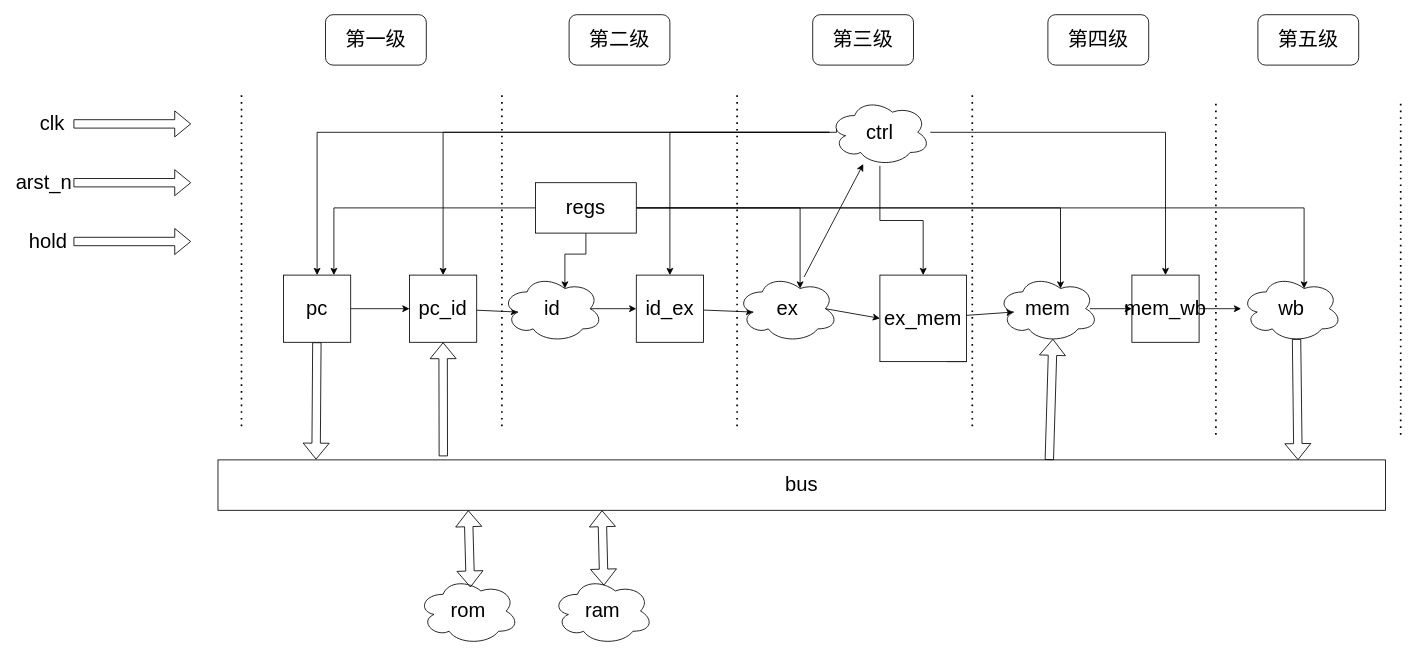
This is riscv_soc.drawio from Mxcln/RISC_V_PIPE, a draw.io file, before an edit. Source tidied: cells renumbered, new cells numbered last; positions are measured from the earlier drawing's top-left corner, leaving out a move shared by most shapes. Both pictures are drawn from the tidied source at 84%, with x=0, y=0 at pixel (14, 14).
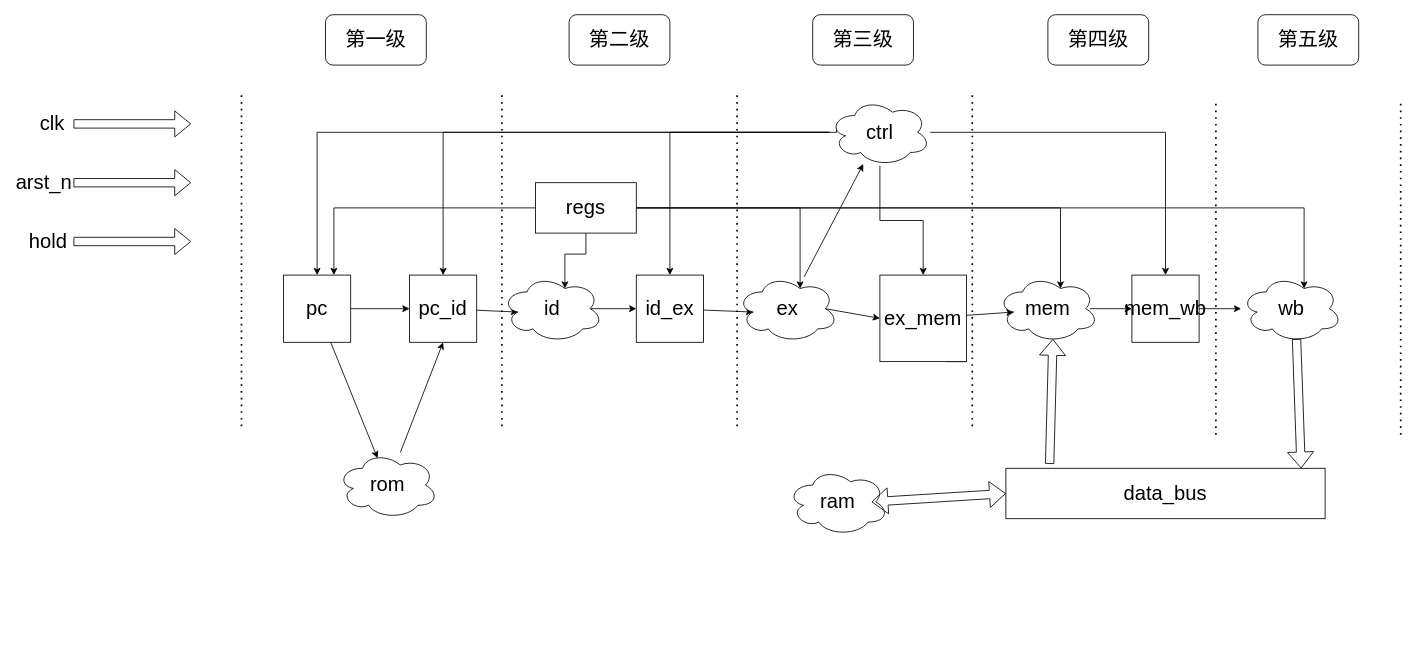
After the change.

The change refers to these unchanged cells:
```xml
<mxCell id="3" value="pc_id" style="whiteSpace=wrap;html=1;fontSize=24;" parent="1" vertex="1">
  <mxGeometry x="470" y="310" width="80" height="80" as="geometry" />
</mxCell>
<mxCell id="6" value="pc" style="whiteSpace=wrap;html=1;fontSize=24;" parent="1" vertex="1">
  <mxGeometry x="320" y="310" width="80" height="80" as="geometry" />
</mxCell>
<mxCell id="18" value="mem" style="ellipse;shape=cloud;whiteSpace=wrap;html=1;fontSize=24;" parent="1" vertex="1">
  <mxGeometry x="1170" y="310" width="120" height="80" as="geometry" />
</mxCell>
```

Diff of the diagram source:
```diff
@@
-    <mxCell id="5" style="edgeStyle=none;shape=flexArrow;html=1;entryX=0.084;entryY=-0.007;entryDx=0;entryDy=0;entryPerimeter=0;fontSize=24;" parent="1" edge="1" source="6" target="22">
-      <mxGeometry relative="1" as="geometry" />
-    </mxCell>
+    <mxCell id="59" style="edgeStyle=none;html=1;entryX=0.4;entryY=0.1;entryDx=0;entryDy=0;entryPerimeter=0;" parent="1" edge="1" source="6" target="23">
+      <mxGeometry relative="1" as="geometry" />
+    </mxCell>
@@
-    <mxCell id="22" value="bus" style="rounded=0;whiteSpace=wrap;html=1;fontSize=24;" parent="1" vertex="1">
-      <mxGeometry x="242" y="530" width="1390" height="60" as="geometry" />
+    <mxCell id="22" value="data_bus" style="rounded=0;whiteSpace=wrap;html=1;fontSize=24;" parent="1" vertex="1">
+      <mxGeometry x="1180" y="540" width="380" height="60" as="geometry" />
     </mxCell>
+    <mxCell id="60" style="edgeStyle=none;html=1;entryX=0.5;entryY=1;entryDx=0;entryDy=0;" parent="1" edge="1" source="23" target="3">
+      <mxGeometry relative="1" as="geometry" />
+    </mxCell>
     <mxCell id="23" value="rom" style="ellipse;shape=cloud;whiteSpace=wrap;html=1;fontSize=24;" parent="1" vertex="1">
-      <mxGeometry x="480" y="670" width="120" height="80" as="geometry" />
+      <mxGeometry x="384" y="520" width="120" height="80" as="geometry" />
     </mxCell>
     <mxCell id="24" value="ram" style="ellipse;shape=cloud;whiteSpace=wrap;html=1;fontSize=24;" parent="1" vertex="1">
-      <mxGeometry x="640" y="670" width="120" height="80" as="geometry" />
+      <mxGeometry x="920" y="540" width="120" height="80" as="geometry" />
     </mxCell>
-    <mxCell id="25" style="shape=flexArrow;endArrow=classic;startArrow=classic;html=1;fontSize=24;exitX=0.521;exitY=0.147;exitDx=0;exitDy=0;exitPerimeter=0;" parent="1" edge="1" source="23">
-      <mxGeometry relative="1" as="geometry">
-        <mxPoint x="540" y="590" as="targetPoint" />
-      </mxGeometry>
-    </mxCell>
-    <mxCell id="26" style="shape=flexArrow;endArrow=classic;startArrow=classic;html=1;fontSize=24;exitX=0.512;exitY=0.119;exitDx=0;exitDy=0;exitPerimeter=0;" parent="1" edge="1" source="24">
+    <mxCell id="26" style="shape=flexArrow;endArrow=classic;startArrow=classic;html=1;fontSize=24;entryX=0;entryY=0.5;entryDx=0;entryDy=0;" parent="1" edge="1" target="22">
       <mxGeometry relative="1" as="geometry">
-        <mxPoint x="699.2" y="590" as="targetPoint" />
+        <mxPoint x="1020" y="580" as="sourcePoint" />
       </mxGeometry>
     </mxCell>
-    <mxCell id="27" style="edgeStyle=none;shape=flexArrow;html=1;entryX=0.55;entryY=0.95;entryDx=0;entryDy=0;entryPerimeter=0;fontSize=24;exitX=0.712;exitY=0.002;exitDx=0;exitDy=0;exitPerimeter=0;" parent="1" edge="1" source="22" target="18">
+    <mxCell id="27" style="edgeStyle=none;shape=flexArrow;html=1;entryX=0.55;entryY=0.95;entryDx=0;entryDy=0;entryPerimeter=0;fontSize=24;exitX=0.137;exitY=-0.087;exitDx=0;exitDy=0;exitPerimeter=0;" parent="1" edge="1" source="22" target="18">
       <mxGeometry relative="1" as="geometry" />
     </mxCell>
@@
-    <mxCell id="29" style="shape=flexArrow;endArrow=classic;html=1;rounded=0;entryX=0.5;entryY=1;entryDx=0;entryDy=0;exitX=0.193;exitY=-0.071;exitDx=0;exitDy=0;exitPerimeter=0;" parent="1" edge="1" source="22" target="3">
-      <mxGeometry relative="1" as="geometry" />
-    </mxCell>
```
